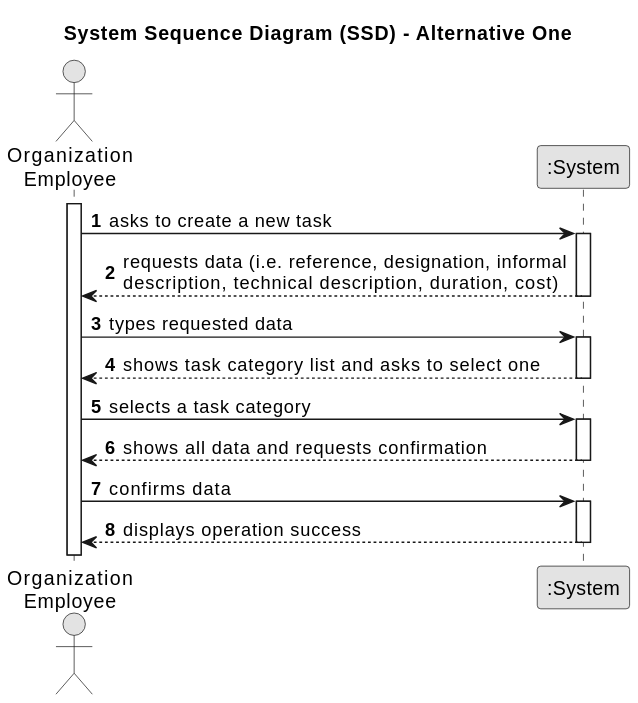
Earlier version of the PlantUML export docs/sprintA/us003/01.requirements-engineering/svg/us003-system-sequence-diagram-alternative-one.svg (diogoveirospro/lei-24-s2-1dg-g072). The source it was exported from:
```plantuml
@startuml
skinparam monochrome true
skinparam packageStyle rectangle
skinparam shadowing false

title System Sequence Diagram (SSD) - Alternative One

autonumber

actor "Organization\nEmployee" as Employee
participant ":System" as System

activate Employee

    Employee -> System : asks to create a new task
    activate System

        System --> Employee : requests data (i.e. reference, designation, informal\ndescription, technical description, duration, cost)
    deactivate System

    Employee -> System : types requested data
    activate System

        System --> Employee : shows task category list and asks to select one
    deactivate System

    Employee -> System : selects a task category
    activate System

        System --> Employee : shows all data and requests confirmation
    deactivate System

    Employee -> System : confirms data
    activate System

        System --> Employee : displays operation success
    deactivate System
@enduml
```
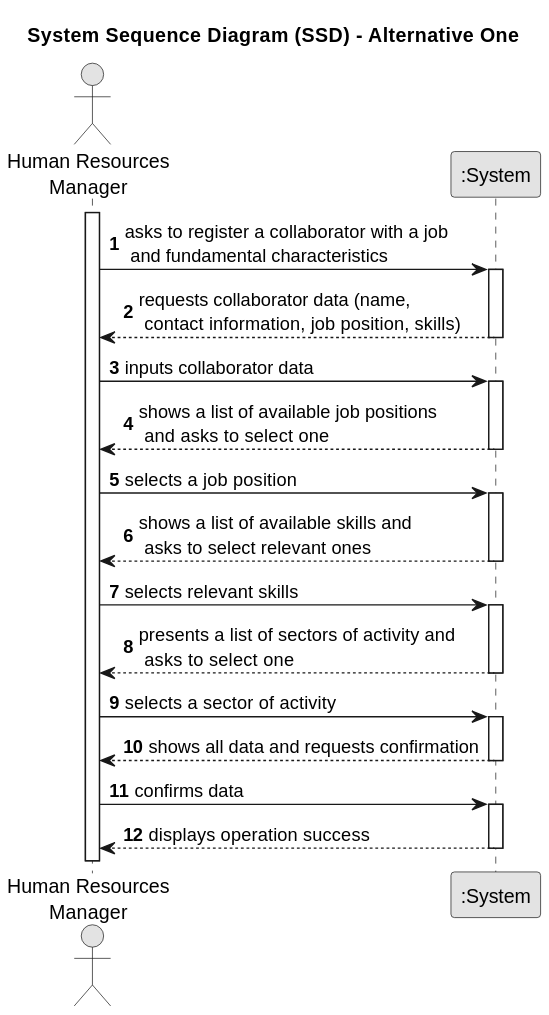
After the commit.

Diff of the diagram source:
```diff
@@ -7,32 +7,44 @@
 
 autonumber
 
-actor "Organization\nEmployee" as Employee
+actor "Human Resources\nManager" as HRM
 participant ":System" as System
 
-activate Employee
+activate HRM
 
-    Employee -> System : asks to create a new task
+    HRM -> System : asks to register a collaborator with a job \n and fundamental characteristics
     activate System
 
-        System --> Employee : requests data (i.e. reference, designation, informal\ndescription, technical description, duration, cost)
+        System --> HRM : requests collaborator data (name, \n contact information, job position, skills)
     deactivate System
 
-    Employee -> System : types requested data
+    HRM -> System : inputs collaborator data
     activate System
 
-        System --> Employee : shows task category list and asks to select one
+        System --> HRM : shows a list of available job positions \n and asks to select one
     deactivate System
 
-    Employee -> System : selects a task category
+    HRM -> System : selects a job position
     activate System
 
-        System --> Employee : shows all data and requests confirmation
+        System --> HRM : shows a list of available skills and \n asks to select relevant ones
     deactivate System
 
-    Employee -> System : confirms data
+    HRM -> System : selects relevant skills
     activate System
 
-        System --> Employee : displays operation success
+        System --> HRM : presents a list of sectors of activity and \n asks to select one
+    deactivate System
+
+    HRM -> System : selects a sector of activity
+    activate System
+
+        System --> HRM : shows all data and requests confirmation
+    deactivate System
+
+    HRM -> System : confirms data
+    activate System
+
+        System --> HRM : displays operation success
     deactivate System
 @enduml
```
